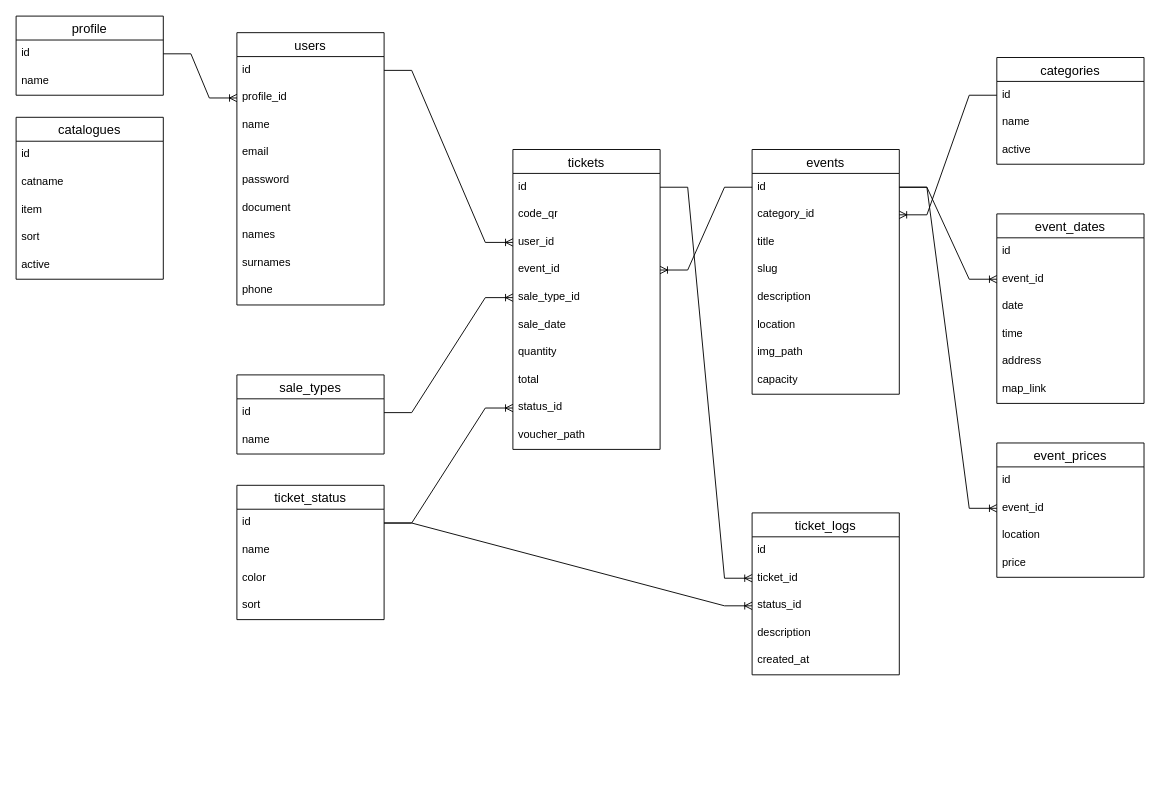
Before: tickets.drawio in programwoft/test-repo, a draw.io diagram. Source tidied: cells renumbered, new cells numbered last; positions are measured from the earlier drawing's top-left corner, leaving out a move shared by most shapes. Both pictures are drawn from the tidied source at 92%, with x=0, y=0 at pixel (16, 16).
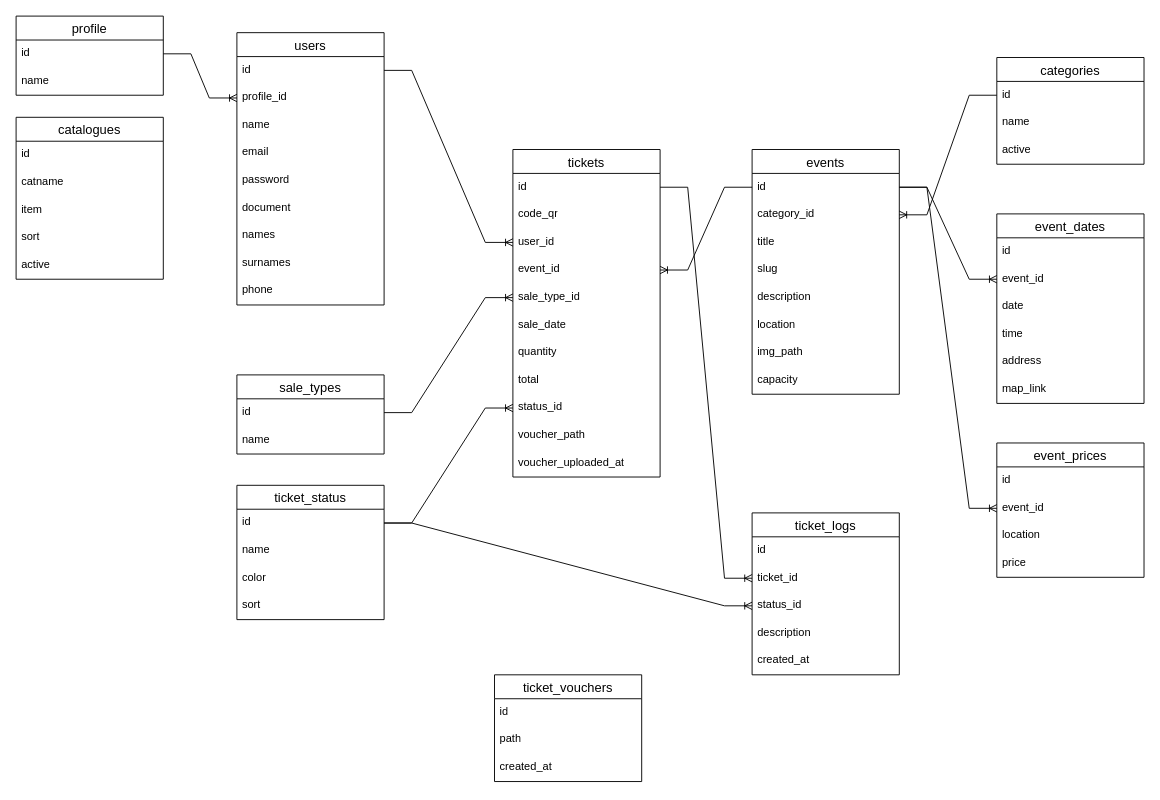
The same diagram, later.

Commit message:
Actualizar tickets

Diff of the diagram source:
```diff
@@
     <mxCell id="24" value="tickets" style="swimlane;fontStyle=0;horizontal=1;startSize=26;align=center;fontSize=14;" parent="1" vertex="1">
-      <mxGeometry x="540" y="145" width="160" height="326" as="geometry" />
+      <mxGeometry x="540" y="145" width="160" height="356" as="geometry" />
     </mxCell>
@@
+    <mxCell id="81" value="voucher_uploaded_at" style="text;strokeColor=none;fillColor=none;spacingLeft=4;spacingRight=4;overflow=hidden;fontSize=12;whiteSpace=wrap;html=1;" parent="24" vertex="1">
+      <mxGeometry y="326" width="160" height="30" as="geometry" />
+    </mxCell>
@@
+    <mxCell id="82" value="ticket_vouchers" style="swimlane;fontStyle=0;horizontal=1;startSize=26;align=center;fontSize=14;" parent="1" vertex="1">
+      <mxGeometry x="520" y="716" width="160" height="116" as="geometry" />
+    </mxCell>
+    <mxCell id="83" value="id" style="text;strokeColor=none;fillColor=none;spacingLeft=4;spacingRight=4;overflow=hidden;fontSize=12;whiteSpace=wrap;html=1;" parent="82" vertex="1">
+      <mxGeometry y="26" width="160" height="30" as="geometry" />
+    </mxCell>
+    <mxCell id="84" value="path" style="text;strokeColor=none;fillColor=none;spacingLeft=4;spacingRight=4;overflow=hidden;fontSize=12;whiteSpace=wrap;html=1;" parent="82" vertex="1">
+      <mxGeometry y="56" width="160" height="30" as="geometry" />
+    </mxCell>
+    <mxCell id="85" value="created_at" style="text;strokeColor=none;fillColor=none;spacingLeft=4;spacingRight=4;overflow=hidden;fontSize=12;whiteSpace=wrap;html=1;" parent="82" vertex="1">
+      <mxGeometry y="86" width="160" height="30" as="geometry" />
+    </mxCell>
```
